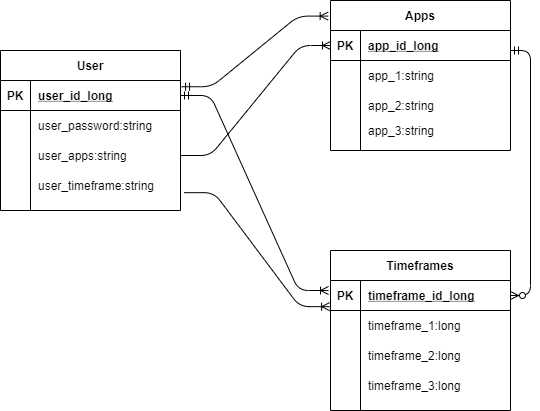
Before: docs/img/erd.png, a diagram exported from draw.io (mmorlang/time-manager). Source tidied: cells renumbered, new cells last; positions are measured from the earlier drawing's top-left corner, leaving out a move shared by most shapes.
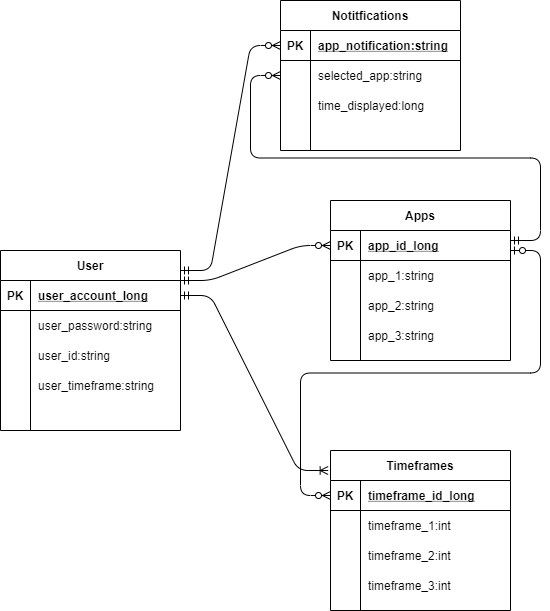
After the change.

The edit, as a diff of the source:
```diff
@@ -2,146 +2,184 @@
   <root>
     <mxCell id="0" />
     <mxCell id="1" parent="0" />
-    <mxCell id="2" style="edgeStyle=entityRelationEdgeStyle;fontSize=12;html=1;endArrow=ERoneToMany;exitX=1;exitY=0.5;exitDx=0;exitDy=0;entryX=0;entryY=0.5;entryDx=0;entryDy=0;" parent="1" edge="1" source="24" target="5">
-      <mxGeometry relative="1" as="geometry" />
+    <mxCell id="2" value="Apps" style="shape=table;startSize=30;rowLines=0;fontStyle=1;align=center;" parent="1" vertex="1">
+      <mxGeometry x="330" width="180" height="160" as="geometry" />
     </mxCell>
-    <mxCell id="3" style="edgeStyle=entityRelationEdgeStyle;fontSize=12;html=1;endArrow=ERoneToMany;entryX=-0.005;entryY=0.872;entryDx=0;entryDy=0;exitX=1.02;exitY=0.739;exitDx=0;exitDy=0;exitPerimeter=0;entryPerimeter=0;" parent="1" edge="1" source="27" target="31">
-      <mxGeometry relative="1" as="geometry" />
+    <mxCell id="3" style="shape=partialRectangle;fillColor=none;top=0;left=0;bottom=1;right=0;points=[[0,0.5],[1,0.5]];portConstraint=eastwest;" parent="2" vertex="1">
+      <mxGeometry y="30" width="180" height="30" as="geometry" />
     </mxCell>
-    <mxCell id="4" value="Apps" style="shape=table;startSize=30;rowLines=0;fontStyle=1;align=center;" parent="1" vertex="1">
-      <mxGeometry x="330" width="180" height="150" as="geometry" />
+    <mxCell id="4" value="PK" style="shape=partialRectangle;fillColor=none;top=0;left=0;bottom=0;right=0;fontStyle=1;overflow=hidden;" parent="3" vertex="1">
+      <mxGeometry width="30" height="30" as="geometry" />
     </mxCell>
-    <mxCell id="5" style="shape=partialRectangle;fillColor=none;top=0;left=0;bottom=1;right=0;points=[[0,0.5],[1,0.5]];portConstraint=eastwest;" parent="4" vertex="1">
-      <mxGeometry y="30" width="180" height="30" as="geometry" />
+    <mxCell id="5" value="app_id_long" style="shape=partialRectangle;fillColor=none;top=0;left=0;bottom=0;right=0;align=left;spacingLeft=6;fontStyle=5;overflow=hidden;" parent="3" vertex="1">
+      <mxGeometry x="30" width="150" height="30" as="geometry" />
     </mxCell>
-    <mxCell id="6" value="PK" style="shape=partialRectangle;fillColor=none;top=0;left=0;bottom=0;right=0;fontStyle=1;overflow=hidden;" parent="5" vertex="1">
-      <mxGeometry width="30" height="30" as="geometry" />
+    <mxCell id="6" style="shape=partialRectangle;fillColor=none;top=0;left=0;bottom=0;right=0;" parent="2" vertex="1">
+      <mxGeometry y="60" width="180" height="30" as="geometry" />
     </mxCell>
-    <mxCell id="7" value="app_id_long" style="shape=partialRectangle;fillColor=none;top=0;left=0;bottom=0;right=0;align=left;spacingLeft=6;fontStyle=5;overflow=hidden;" parent="5" vertex="1">
-      <mxGeometry x="30" width="150" height="30" as="geometry" />
+    <mxCell id="7" style="shape=partialRectangle;fillColor=none;top=0;left=0;bottom=0;right=0;overflow=hidden;" parent="6" vertex="1">
+      <mxGeometry width="30" height="30" as="geometry" />
     </mxCell>
-    <mxCell id="8" style="shape=partialRectangle;fillColor=none;top=0;left=0;bottom=0;right=0;" parent="4" vertex="1">
-      <mxGeometry y="60" width="180" height="30" as="geometry" />
+    <mxCell id="8" value="app_1:string" style="shape=partialRectangle;fillColor=none;top=0;left=0;bottom=0;right=0;align=left;spacingLeft=6;overflow=hidden;" parent="6" vertex="1">
+      <mxGeometry x="30" width="150" height="30" as="geometry" />
     </mxCell>
-    <mxCell id="9" style="shape=partialRectangle;fillColor=none;top=0;left=0;bottom=0;right=0;overflow=hidden;" parent="8" vertex="1">
-      <mxGeometry width="30" height="30" as="geometry" />
+    <mxCell id="9" style="shape=partialRectangle;fillColor=none;top=0;left=0;bottom=0;right=0;" parent="2" vertex="1">
+      <mxGeometry y="90" width="180" height="30" as="geometry" />
     </mxCell>
-    <mxCell id="10" value="app_1:string" style="shape=partialRectangle;fillColor=none;top=0;left=0;bottom=0;right=0;align=left;spacingLeft=6;overflow=hidden;" parent="8" vertex="1">
-      <mxGeometry x="30" width="150" height="30" as="geometry" />
+    <mxCell id="10" style="shape=partialRectangle;fillColor=none;top=0;left=0;bottom=0;right=0;overflow=hidden;" parent="9" vertex="1">
+      <mxGeometry width="30" height="30" as="geometry" />
     </mxCell>
-    <mxCell id="11" style="shape=partialRectangle;fillColor=none;top=0;left=0;bottom=0;right=0;" parent="4" vertex="1">
-      <mxGeometry y="90" width="180" height="30" as="geometry" />
+    <mxCell id="11" value="app_2:string" style="shape=partialRectangle;fillColor=none;top=0;left=0;bottom=0;right=0;align=left;spacingLeft=6;overflow=hidden;" parent="9" vertex="1">
+      <mxGeometry x="30" width="150" height="30" as="geometry" />
     </mxCell>
-    <mxCell id="12" style="shape=partialRectangle;fillColor=none;top=0;left=0;bottom=0;right=0;overflow=hidden;" parent="11" vertex="1">
-      <mxGeometry width="30" height="30" as="geometry" />
+    <mxCell id="12" style="shape=partialRectangle;fillColor=none;top=0;left=0;bottom=0;right=0;" parent="2" vertex="1">
+      <mxGeometry y="120" width="180" height="30" as="geometry" />
     </mxCell>
-    <mxCell id="13" value="app_2:string" style="shape=partialRectangle;fillColor=none;top=0;left=0;bottom=0;right=0;align=left;spacingLeft=6;overflow=hidden;" parent="11" vertex="1">
-      <mxGeometry x="30" width="150" height="30" as="geometry" />
+    <mxCell id="13" style="shape=partialRectangle;fillColor=none;top=0;left=0;bottom=0;right=0;overflow=hidden;" parent="12" vertex="1">
+      <mxGeometry width="30" height="30" as="geometry" />
     </mxCell>
-    <mxCell id="14" style="shape=partialRectangle;fillColor=none;top=0;left=0;bottom=0;right=0;" parent="4" vertex="1">
-      <mxGeometry y="120" width="180" height="20" as="geometry" />
+    <mxCell id="14" value="app_3:string" style="shape=partialRectangle;fillColor=none;top=0;left=0;bottom=0;right=0;align=left;spacingLeft=6;overflow=hidden;" parent="12" vertex="1">
+      <mxGeometry x="30" width="150" height="30" as="geometry" />
     </mxCell>
-    <mxCell id="15" style="shape=partialRectangle;fillColor=none;top=0;left=0;bottom=0;right=0;overflow=hidden;" parent="14" vertex="1">
-      <mxGeometry width="30" height="20" as="geometry" />
+    <mxCell id="15" value="User" style="shape=table;startSize=30;rowLines=0;fontStyle=1;align=center;" parent="1" vertex="1">
+      <mxGeometry y="50" width="180" height="180" as="geometry" />
     </mxCell>
-    <mxCell id="16" value="app_3:string" style="shape=partialRectangle;fillColor=none;top=0;left=0;bottom=0;right=0;align=left;spacingLeft=6;overflow=hidden;" parent="14" vertex="1">
-      <mxGeometry x="30" width="150" height="20" as="geometry" />
+    <mxCell id="16" style="shape=partialRectangle;fillColor=none;top=0;left=0;bottom=1;right=0;points=[[0,0.5],[1,0.5]];portConstraint=eastwest;" parent="15" vertex="1">
+      <mxGeometry y="30" width="180" height="30" as="geometry" />
     </mxCell>
-    <mxCell id="17" value="User" style="shape=table;startSize=30;rowLines=0;fontStyle=1;align=center;" parent="1" vertex="1">
-      <mxGeometry y="50" width="180" height="160" as="geometry" />
+    <mxCell id="17" value="PK" style="shape=partialRectangle;fillColor=none;top=0;left=0;bottom=0;right=0;fontStyle=1;overflow=hidden;" parent="16" vertex="1">
+      <mxGeometry width="30" height="30" as="geometry" />
     </mxCell>
-    <mxCell id="18" style="shape=partialRectangle;fillColor=none;top=0;left=0;bottom=1;right=0;points=[[0,0.5],[1,0.5]];portConstraint=eastwest;" parent="17" vertex="1">
-      <mxGeometry y="30" width="180" height="30" as="geometry" />
+    <mxCell id="18" value="user_account_long" style="shape=partialRectangle;fillColor=none;top=0;left=0;bottom=0;right=0;align=left;spacingLeft=6;fontStyle=5;overflow=hidden;" parent="16" vertex="1">
+      <mxGeometry x="30" width="150" height="30" as="geometry" />
     </mxCell>
-    <mxCell id="19" value="PK" style="shape=partialRectangle;fillColor=none;top=0;left=0;bottom=0;right=0;fontStyle=1;overflow=hidden;" parent="18" vertex="1">
-      <mxGeometry width="30" height="30" as="geometry" />
+    <mxCell id="19" style="shape=partialRectangle;fillColor=none;top=0;left=0;bottom=0;right=0;" parent="15" vertex="1">
+      <mxGeometry y="60" width="180" height="30" as="geometry" />
     </mxCell>
-    <mxCell id="20" value="user_id_long" style="shape=partialRectangle;fillColor=none;top=0;left=0;bottom=0;right=0;align=left;spacingLeft=6;fontStyle=5;overflow=hidden;" parent="18" vertex="1">
-      <mxGeometry x="30" width="150" height="30" as="geometry" />
+    <mxCell id="20" style="shape=partialRectangle;fillColor=none;top=0;left=0;bottom=0;right=0;overflow=hidden;" parent="19" vertex="1">
+      <mxGeometry width="30" height="30" as="geometry" />
     </mxCell>
-    <mxCell id="21" style="shape=partialRectangle;fillColor=none;top=0;left=0;bottom=0;right=0;" parent="17" vertex="1">
-      <mxGeometry y="60" width="180" height="30" as="geometry" />
+    <mxCell id="21" value="user_password:string" style="shape=partialRectangle;fillColor=none;top=0;left=0;bottom=0;right=0;align=left;spacingLeft=6;overflow=hidden;" parent="19" vertex="1">
+      <mxGeometry x="30" width="150" height="30" as="geometry" />
     </mxCell>
-    <mxCell id="22" style="shape=partialRectangle;fillColor=none;top=0;left=0;bottom=0;right=0;overflow=hidden;" parent="21" vertex="1">
-      <mxGeometry width="30" height="30" as="geometry" />
+    <mxCell id="22" style="shape=partialRectangle;fillColor=none;top=0;left=0;bottom=0;right=0;" parent="15" vertex="1">
+      <mxGeometry y="90" width="180" height="30" as="geometry" />
     </mxCell>
-    <mxCell id="23" value="user_password:string" style="shape=partialRectangle;fillColor=none;top=0;left=0;bottom=0;right=0;align=left;spacingLeft=6;overflow=hidden;" parent="21" vertex="1">
-      <mxGeometry x="30" width="150" height="30" as="geometry" />
+    <mxCell id="23" style="shape=partialRectangle;fillColor=none;top=0;left=0;bottom=0;right=0;overflow=hidden;" parent="22" vertex="1">
+      <mxGeometry width="30" height="30" as="geometry" />
     </mxCell>
-    <mxCell id="24" style="shape=partialRectangle;fillColor=none;top=0;left=0;bottom=0;right=0;points=[[0,0.5],[1,0.5]];portConstraint=eastwest;" parent="17" vertex="1">
-      <mxGeometry y="90" width="180" height="30" as="geometry" />
+    <mxCell id="24" value="user_id:string" style="shape=partialRectangle;fillColor=none;top=0;left=0;bottom=0;right=0;align=left;spacingLeft=6;overflow=hidden;" parent="22" vertex="1">
+      <mxGeometry x="30" width="150" height="30" as="geometry" />
     </mxCell>
-    <mxCell id="25" style="shape=partialRectangle;fillColor=none;top=0;left=0;bottom=0;right=0;overflow=hidden;" parent="24" vertex="1">
-      <mxGeometry width="30" height="30" as="geometry" />
+    <mxCell id="25" style="shape=partialRectangle;fillColor=none;top=0;left=0;bottom=0;right=0;" parent="15" vertex="1">
+      <mxGeometry y="120" width="180" height="30" as="geometry" />
     </mxCell>
-    <mxCell id="26" value="user_apps:string" style="shape=partialRectangle;fillColor=none;top=0;left=0;bottom=0;right=0;align=left;spacingLeft=6;overflow=hidden;" parent="24" vertex="1">
-      <mxGeometry x="30" width="150" height="30" as="geometry" />
+    <mxCell id="26" style="shape=partialRectangle;fillColor=none;top=0;left=0;bottom=0;right=0;overflow=hidden;" parent="25" vertex="1">
+      <mxGeometry width="30" height="30" as="geometry" />
     </mxCell>
-    <mxCell id="27" style="shape=partialRectangle;fillColor=none;top=0;left=0;bottom=0;right=0;points=[[0,0.5],[1,0.5]];portConstraint=eastwest;" parent="17" vertex="1">
-      <mxGeometry y="120" width="180" height="30" as="geometry" />
+    <mxCell id="27" value="user_timeframe:string" style="shape=partialRectangle;fillColor=none;top=0;left=0;bottom=0;right=0;align=left;spacingLeft=6;overflow=hidden;" parent="25" vertex="1">
+      <mxGeometry x="30" width="150" height="30" as="geometry" />
     </mxCell>
-    <mxCell id="28" style="shape=partialRectangle;fillColor=none;top=0;left=0;bottom=0;right=0;overflow=hidden;" parent="27" vertex="1">
-      <mxGeometry width="30" height="30" as="geometry" />
+    <mxCell id="28" value="Timeframes" style="shape=table;startSize=30;rowLines=0;fontStyle=1;align=center;" parent="1" vertex="1">
+      <mxGeometry x="330" y="250" width="180" height="160" as="geometry" />
     </mxCell>
-    <mxCell id="29" value="user_timeframe:string" style="shape=partialRectangle;fillColor=none;top=0;left=0;bottom=0;right=0;align=left;spacingLeft=6;overflow=hidden;" parent="27" vertex="1">
-      <mxGeometry x="30" width="150" height="30" as="geometry" />
+    <mxCell id="29" style="shape=partialRectangle;fillColor=none;top=0;left=0;bottom=1;right=0;points=[[0,0.5],[1,0.5]];portConstraint=eastwest;" parent="28" vertex="1">
+      <mxGeometry y="30" width="180" height="30" as="geometry" />
     </mxCell>
-    <mxCell id="30" value="Timeframes" style="shape=table;startSize=30;rowLines=0;fontStyle=1;align=center;" parent="1" vertex="1">
-      <mxGeometry x="330" y="250" width="180" height="160" as="geometry" />
+    <mxCell id="30" value="PK" style="shape=partialRectangle;fillColor=none;top=0;left=0;bottom=0;right=0;fontStyle=1;overflow=hidden;" parent="29" vertex="1">
+      <mxGeometry width="30" height="30" as="geometry" />
     </mxCell>
-    <mxCell id="31" style="shape=partialRectangle;fillColor=none;top=0;left=0;bottom=1;right=0;points=[[0,0.5],[1,0.5]];portConstraint=eastwest;" parent="30" vertex="1">
-      <mxGeometry y="30" width="180" height="30" as="geometry" />
+    <mxCell id="31" value="timeframe_id_long" style="shape=partialRectangle;fillColor=none;top=0;left=0;bottom=0;right=0;align=left;spacingLeft=6;fontStyle=5;overflow=hidden;" parent="29" vertex="1">
+      <mxGeometry x="30" width="150" height="30" as="geometry" />
     </mxCell>
-    <mxCell id="32" value="PK" style="shape=partialRectangle;fillColor=none;top=0;left=0;bottom=0;right=0;fontStyle=1;overflow=hidden;" parent="31" vertex="1">
-      <mxGeometry width="30" height="30" as="geometry" />
+    <mxCell id="32" style="shape=partialRectangle;fillColor=none;top=0;left=0;bottom=0;right=0;" parent="28" vertex="1">
+      <mxGeometry y="60" width="180" height="30" as="geometry" />
     </mxCell>
-    <mxCell id="33" value="timeframe_id_long" style="shape=partialRectangle;fillColor=none;top=0;left=0;bottom=0;right=0;align=left;spacingLeft=6;fontStyle=5;overflow=hidden;" parent="31" vertex="1">
-      <mxGeometry x="30" width="150" height="30" as="geometry" />
+    <mxCell id="33" style="shape=partialRectangle;fillColor=none;top=0;left=0;bottom=0;right=0;overflow=hidden;" parent="32" vertex="1">
+      <mxGeometry width="30" height="30" as="geometry" />
     </mxCell>
-    <mxCell id="34" style="shape=partialRectangle;fillColor=none;top=0;left=0;bottom=0;right=0;" parent="30" vertex="1">
-      <mxGeometry y="60" width="180" height="30" as="geometry" />
+    <mxCell id="34" value="timeframe_1:int" style="shape=partialRectangle;fillColor=none;top=0;left=0;bottom=0;right=0;align=left;spacingLeft=6;overflow=hidden;" parent="32" vertex="1">
+      <mxGeometry x="30" width="150" height="30" as="geometry" />
     </mxCell>
-    <mxCell id="35" style="shape=partialRectangle;fillColor=none;top=0;left=0;bottom=0;right=0;overflow=hidden;" parent="34" vertex="1">
-      <mxGeometry width="30" height="30" as="geometry" />
+    <mxCell id="35" style="shape=partialRectangle;fillColor=none;top=0;left=0;bottom=0;right=0;" parent="28" vertex="1">
+      <mxGeometry y="90" width="180" height="30" as="geometry" />
     </mxCell>
-    <mxCell id="36" value="timeframe_1:long" style="shape=partialRectangle;fillColor=none;top=0;left=0;bottom=0;right=0;align=left;spacingLeft=6;overflow=hidden;" parent="34" vertex="1">
-      <mxGeometry x="30" width="150" height="30" as="geometry" />
+    <mxCell id="36" style="shape=partialRectangle;fillColor=none;top=0;left=0;bottom=0;right=0;overflow=hidden;" parent="35" vertex="1">
+      <mxGeometry width="30" height="30" as="geometry" />
     </mxCell>
-    <mxCell id="37" style="shape=partialRectangle;fillColor=none;top=0;left=0;bottom=0;right=0;" parent="30" vertex="1">
-      <mxGeometry y="90" width="180" height="30" as="geometry" />
+    <mxCell id="37" value="timeframe_2:int" style="shape=partialRectangle;fillColor=none;top=0;left=0;bottom=0;right=0;align=left;spacingLeft=6;overflow=hidden;" parent="35" vertex="1">
+      <mxGeometry x="30" width="150" height="30" as="geometry" />
     </mxCell>
-    <mxCell id="38" style="shape=partialRectangle;fillColor=none;top=0;left=0;bottom=0;right=0;overflow=hidden;" parent="37" vertex="1">
-      <mxGeometry width="30" height="30" as="geometry" />
+    <mxCell id="38" style="shape=partialRectangle;fillColor=none;top=0;left=0;bottom=0;right=0;" parent="28" vertex="1">
+      <mxGeometry y="120" width="180" height="30" as="geometry" />
     </mxCell>
-    <mxCell id="39" value="timeframe_2:long" style="shape=partialRectangle;fillColor=none;top=0;left=0;bottom=0;right=0;align=left;spacingLeft=6;overflow=hidden;" parent="37" vertex="1">
-      <mxGeometry x="30" width="150" height="30" as="geometry" />
+    <mxCell id="39" style="shape=partialRectangle;fillColor=none;top=0;left=0;bottom=0;right=0;overflow=hidden;" parent="38" vertex="1">
+      <mxGeometry width="30" height="30" as="geometry" />
     </mxCell>
-    <mxCell id="40" style="shape=partialRectangle;fillColor=none;top=0;left=0;bottom=0;right=0;" parent="30" vertex="1">
-      <mxGeometry y="120" width="180" height="30" as="geometry" />
+    <mxCell id="40" value="timeframe_3:int" style="shape=partialRectangle;fillColor=none;top=0;left=0;bottom=0;right=0;align=left;spacingLeft=6;overflow=hidden;" parent="38" vertex="1">
+      <mxGeometry x="30" width="150" height="30" as="geometry" />
     </mxCell>
-    <mxCell id="41" style="shape=partialRectangle;fillColor=none;top=0;left=0;bottom=0;right=0;overflow=hidden;" parent="40" vertex="1">
-      <mxGeometry width="30" height="30" as="geometry" />
+    <mxCell id="41" style="edgeStyle=entityRelationEdgeStyle;fontSize=12;html=1;endArrow=ERoneToMany;startArrow=ERmandOne;entryX=-0.013;entryY=0.125;entryDx=0;entryDy=0;entryPerimeter=0;exitX=1;exitY=0.5;exitDx=0;exitDy=0;" parent="1" edge="1" source="16" target="28">
+      <mxGeometry relative="1" as="geometry" />
     </mxCell>
-    <mxCell id="42" value="timeframe_3:long" style="shape=partialRectangle;fillColor=none;top=0;left=0;bottom=0;right=0;align=left;spacingLeft=6;overflow=hidden;" parent="40" vertex="1">
-      <mxGeometry x="30" width="150" height="30" as="geometry" />
+    <mxCell id="42" style="edgeStyle=entityRelationEdgeStyle;fontSize=12;html=1;endArrow=ERzeroToMany;startArrow=ERmandOne;entryX=0;entryY=0.5;entryDx=0;entryDy=0;" parent="1" edge="1" target="3">
+      <mxGeometry relative="1" as="geometry">
+        <mxPoint x="180" y="80" as="sourcePoint" />
+      </mxGeometry>
     </mxCell>
-    <mxCell id="43" style="edgeStyle=entityRelationEdgeStyle;fontSize=12;html=1;endArrow=ERoneToMany;startArrow=ERmandOne;entryX=-0.013;entryY=0.104;entryDx=0;entryDy=0;entryPerimeter=0;exitX=1.006;exitY=0.208;exitDx=0;exitDy=0;exitPerimeter=0;" parent="1" edge="1" source="18" target="4">
-      <mxGeometry relative="1" as="geometry" />
+    <mxCell id="43" style="edgeStyle=entityRelationEdgeStyle;fontSize=12;html=1;endArrow=ERzeroToMany;startArrow=ERzeroToOne;entryX=0;entryY=0.5;entryDx=0;entryDy=0;" parent="1" edge="1" target="29">
+      <mxGeometry relative="1" as="geometry">
+        <mxPoint x="510" y="50" as="sourcePoint" />
+      </mxGeometry>
     </mxCell>
-    <mxCell id="44" style="edgeStyle=entityRelationEdgeStyle;fontSize=12;html=1;endArrow=ERoneToMany;startArrow=ERmandOne;exitX=1;exitY=0.5;exitDx=0;exitDy=0;" parent="1" edge="1" source="18">
+    <mxCell id="44" style="edgeStyle=entityRelationEdgeStyle;fontSize=12;html=1;endArrow=ERzeroToMany;startArrow=ERmandOne;entryX=0;entryY=0.5;entryDx=0;entryDy=0;" parent="1" edge="1" target="46">
       <mxGeometry relative="1" as="geometry">
-        <mxPoint x="328" y="290" as="targetPoint" />
+        <mxPoint x="180" y="70" as="sourcePoint" />
       </mxGeometry>
     </mxCell>
-    <mxCell id="45" style="edgeStyle=orthogonalEdgeStyle;fontSize=12;html=1;endArrow=ERzeroToMany;startArrow=ERmandOne;entryX=1;entryY=0.5;entryDx=0;entryDy=0;" parent="1" edge="1" target="31">
-      <mxGeometry relative="1" as="geometry">
-        <mxPoint x="510" y="50" as="sourcePoint" />
-        <Array as="points">
-          <mxPoint x="510" y="50" />
-          <mxPoint x="530" y="50" />
-          <mxPoint x="530" y="295" />
-        </Array>
-      </mxGeometry>
+    <mxCell id="45" value="Notitfications" style="shape=table;startSize=30;rowLines=0;fontStyle=1;align=center;" parent="1" vertex="1">
+      <mxGeometry x="280" y="-200" width="180" height="150" as="geometry" />
     </mxCell>
+    <mxCell id="46" style="shape=partialRectangle;fillColor=none;top=0;left=0;bottom=1;right=0;points=[[0,0.5],[1,0.5]];portConstraint=eastwest;" parent="45" vertex="1">
+      <mxGeometry y="30" width="180" height="30" as="geometry" />
+    </mxCell>
+    <mxCell id="47" value="PK" style="shape=partialRectangle;fillColor=none;top=0;left=0;bottom=0;right=0;fontStyle=1;overflow=hidden;" parent="46" vertex="1">
+      <mxGeometry width="30" height="30" as="geometry" />
+    </mxCell>
+    <mxCell id="48" value="app_notification:string" style="shape=partialRectangle;fillColor=none;top=0;left=0;bottom=0;right=0;align=left;spacingLeft=6;fontStyle=5;overflow=hidden;" parent="46" vertex="1">
+      <mxGeometry x="30" width="150" height="30" as="geometry" />
+    </mxCell>
+    <mxCell id="49" style="shape=partialRectangle;fillColor=none;top=0;left=0;bottom=0;right=0;points=[[0,0.5],[1,0.5]];portConstraint=eastwest;" parent="45" vertex="1">
+      <mxGeometry y="60" width="180" height="30" as="geometry" />
+    </mxCell>
+    <mxCell id="50" style="shape=partialRectangle;fillColor=none;top=0;left=0;bottom=0;right=0;overflow=hidden;" parent="49" vertex="1">
+      <mxGeometry width="30" height="30" as="geometry" />
+    </mxCell>
+    <mxCell id="51" value="selected_app:string" style="shape=partialRectangle;fillColor=none;top=0;left=0;bottom=0;right=0;align=left;spacingLeft=6;overflow=hidden;" parent="49" vertex="1">
+      <mxGeometry x="30" width="150" height="30" as="geometry" />
+    </mxCell>
+    <mxCell id="52" style="shape=partialRectangle;fillColor=none;top=0;left=0;bottom=0;right=0;" parent="45" vertex="1">
+      <mxGeometry y="90" width="180" height="30" as="geometry" />
+    </mxCell>
+    <mxCell id="53" style="shape=partialRectangle;fillColor=none;top=0;left=0;bottom=0;right=0;overflow=hidden;" parent="52" vertex="1">
+      <mxGeometry width="30" height="30" as="geometry" />
+    </mxCell>
+    <mxCell id="54" value="time_displayed:long" style="shape=partialRectangle;fillColor=none;top=0;left=0;bottom=0;right=0;align=left;spacingLeft=6;overflow=hidden;" parent="52" vertex="1">
+      <mxGeometry x="30" width="150" height="30" as="geometry" />
+    </mxCell>
+    <mxCell id="55" style="shape=partialRectangle;fillColor=none;top=0;left=0;bottom=0;right=0;" parent="45" vertex="1">
+      <mxGeometry y="120" width="180" height="30" as="geometry" />
+    </mxCell>
+    <mxCell id="56" style="shape=partialRectangle;fillColor=none;top=0;left=0;bottom=0;right=0;overflow=hidden;" parent="55" vertex="1">
+      <mxGeometry width="30" height="30" as="geometry" />
+    </mxCell>
+    <mxCell id="57" style="shape=partialRectangle;fillColor=none;top=0;left=0;bottom=0;right=0;align=left;spacingLeft=6;overflow=hidden;" parent="55" vertex="1">
+      <mxGeometry x="30" width="150" height="30" as="geometry" />
+    </mxCell>
+    <mxCell id="58" style="edgeStyle=entityRelationEdgeStyle;fontSize=12;html=1;endArrow=ERzeroToMany;startArrow=ERmandOne;entryX=0;entryY=0.5;entryDx=0;entryDy=0;" parent="1" edge="1" target="49">
+      <mxGeometry relative="1" as="geometry">
+        <mxPoint x="510" y="40" as="sourcePoint" />
+      </mxGeometry>
+    </mxCell>
   </root>
 </mxGraphModel>
```
